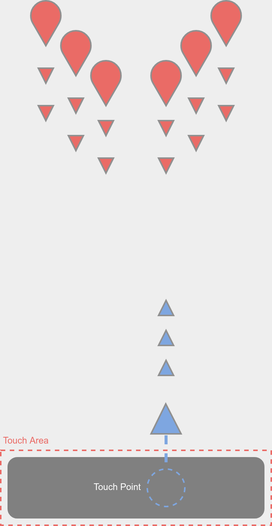
The draw.io diagram CI410-Introduction-to-Game-Design-and-Development/Assignment1-Design-Doc/img/concept4.png in summerysaturn/y1-university, before a commit. Source tidied: cells renumbered, new cells last; positions are measured from the earlier drawing's top-left corner, leaving out a move shared by most shapes.
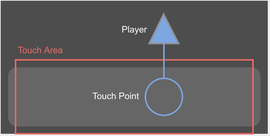
The same diagram one commit later.

What changed in the source:
```diff
@@ -2,87 +2,26 @@
   <root>
     <mxCell id="0" />
     <mxCell id="1" parent="0" />
-    <mxCell id="2" value="Touch Area" style="rounded=0;whiteSpace=wrap;html=1;shadow=0;dashed=1;sketch=0;fillColor=none;fontSize=6;align=left;strokeColor=#EA6B66;labelPosition=center;verticalLabelPosition=top;verticalAlign=bottom;fontColor=#EA6B66;strokeWidth=1;" parent="1" vertex="1">
-      <mxGeometry y="300" width="180" height="50" as="geometry" />
-    </mxCell>
+    <mxCell id="29" style="rounded=0;whiteSpace=wrap;html=1;strokeColor=none;fillColor=#4D4D4D;" parent="1" vertex="1">
+      <mxGeometry y="260" width="180" height="90" as="geometry" />
+    </mxCell>
-    <mxCell id="3" style="rounded=1;whiteSpace=wrap;html=1;shadow=0;sketch=0;fontSize=6;strokeColor=#808080;fillColor=#808080;align=left;verticalAlign=top;fontColor=#EBEBEB;strokeWidth=1;perimeterSpacing=0;" parent="1" vertex="1">
+    <mxCell id="3" style="rounded=1;whiteSpace=wrap;html=1;shadow=0;sketch=0;fontSize=6;align=left;verticalAlign=top;fontColor=#EBEBEB;strokeWidth=1;perimeterSpacing=0;strokeColor=none;fillColor=#666666;" parent="1" vertex="1">
       <mxGeometry x="5" y="305" width="170" height="40" as="geometry" />
     </mxCell>
-    <mxCell id="4" value="&lt;p style=&quot;line-height: 0%&quot;&gt;&lt;br&gt;&lt;/p&gt;&lt;p style=&quot;line-height: 0%&quot;&gt;&lt;br&gt;&lt;/p&gt;" style="verticalLabelPosition=bottom;verticalAlign=bottom;html=1;shape=mxgraph.basic.acute_triangle;dx=0.49;sketch=0;strokeColor=#909090;labelPosition=center;align=center;fontColor=#1A1A1A;fontSize=11;fillColor=#7EA6E0;" parent="1" vertex="1">
-      <mxGeometry x="100" y="269" width="20" height="20" as="geometry" />
-    </mxCell>
-    <mxCell id="5" style="verticalLabelPosition=bottom;verticalAlign=top;html=1;shape=mxgraph.basic.drop;sketch=0;strokeColor=#909090;fontColor=#1A1A1A;rotation=-180;fillColor=#EA6B66;" parent="1" vertex="1">
-      <mxGeometry x="20" width="20" height="30" as="geometry" />
-    </mxCell>
-    <mxCell id="6" style="verticalLabelPosition=bottom;verticalAlign=top;html=1;shape=mxgraph.basic.drop;sketch=0;strokeColor=#909090;fontColor=#1A1A1A;rotation=-180;fillColor=#EA6B66;" parent="1" vertex="1">
-      <mxGeometry x="40" y="20" width="20" height="30" as="geometry" />
-    </mxCell>
-    <mxCell id="7" style="verticalLabelPosition=bottom;verticalAlign=top;html=1;shape=mxgraph.basic.drop;sketch=0;strokeColor=#909090;fontColor=#1A1A1A;rotation=-180;fillColor=#EA6B66;" parent="1" vertex="1">
-      <mxGeometry x="60" y="40" width="20" height="30" as="geometry" />
-    </mxCell>
-    <mxCell id="8" style="verticalLabelPosition=bottom;verticalAlign=top;html=1;shape=mxgraph.basic.drop;sketch=0;strokeColor=#909090;fontColor=#1A1A1A;rotation=-180;fillColor=#EA6B66;" parent="1" vertex="1">
-      <mxGeometry x="140" width="20" height="30" as="geometry" />
-    </mxCell>
-    <mxCell id="9" style="verticalLabelPosition=bottom;verticalAlign=top;html=1;shape=mxgraph.basic.drop;sketch=0;strokeColor=#909090;fontColor=#1A1A1A;rotation=-180;fillColor=#EA6B66;" parent="1" vertex="1">
-      <mxGeometry x="120" y="20" width="20" height="30" as="geometry" />
-    </mxCell>
-    <mxCell id="10" style="verticalLabelPosition=bottom;verticalAlign=top;html=1;shape=mxgraph.basic.drop;sketch=0;strokeColor=#909090;fontColor=#1A1A1A;rotation=-180;fillColor=#EA6B66;" parent="1" vertex="1">
-      <mxGeometry x="100" y="40" width="20" height="30" as="geometry" />
-    </mxCell>
-    <mxCell id="11" style="verticalLabelPosition=bottom;verticalAlign=top;html=1;shape=mxgraph.basic.acute_triangle;dx=0.5;sketch=0;strokeColor=#909090;fontColor=#1A1A1A;fillColor=#7EA6E0;" parent="1" vertex="1">
-      <mxGeometry x="105" y="240" width="10" height="10" as="geometry" />
-    </mxCell>
-    <mxCell id="12" style="verticalLabelPosition=bottom;verticalAlign=top;html=1;shape=mxgraph.basic.acute_triangle;dx=0.5;sketch=0;strokeColor=#909090;fontColor=#1A1A1A;fillColor=#7EA6E0;" parent="1" vertex="1">
-      <mxGeometry x="105" y="220" width="10" height="10" as="geometry" />
-    </mxCell>
-    <mxCell id="13" style="verticalLabelPosition=bottom;verticalAlign=top;html=1;shape=mxgraph.basic.acute_triangle;dx=0.5;sketch=0;strokeColor=#909090;fontColor=#1A1A1A;fillColor=#7EA6E0;" parent="1" vertex="1">
-      <mxGeometry x="105" y="200" width="10" height="10" as="geometry" />
-    </mxCell>
-    <mxCell id="14" style="verticalLabelPosition=bottom;verticalAlign=top;html=1;shape=mxgraph.basic.acute_triangle;dx=0.5;sketch=0;strokeColor=#909090;fontColor=#1A1A1A;rotation=-180;fillColor=#EA6B66;" parent="1" vertex="1">
-      <mxGeometry x="45" y="65" width="10" height="10" as="geometry" />
-    </mxCell>
-    <mxCell id="15" style="verticalLabelPosition=bottom;verticalAlign=top;html=1;shape=mxgraph.basic.acute_triangle;dx=0.5;sketch=0;strokeColor=#909090;fontColor=#1A1A1A;rotation=-180;fillColor=#EA6B66;" parent="1" vertex="1">
-      <mxGeometry x="25" y="45" width="10" height="10" as="geometry" />
-    </mxCell>
-    <mxCell id="16" style="verticalLabelPosition=bottom;verticalAlign=top;html=1;shape=mxgraph.basic.acute_triangle;dx=0.5;sketch=0;strokeColor=#909090;fontColor=#1A1A1A;rotation=-180;fillColor=#EA6B66;" parent="1" vertex="1">
-      <mxGeometry x="45" y="90" width="10" height="10" as="geometry" />
-    </mxCell>
-    <mxCell id="17" style="verticalLabelPosition=bottom;verticalAlign=top;html=1;shape=mxgraph.basic.acute_triangle;dx=0.5;sketch=0;strokeColor=#909090;fontColor=#1A1A1A;rotation=-180;fillColor=#EA6B66;" parent="1" vertex="1">
-      <mxGeometry x="25" y="70" width="10" height="10" as="geometry" />
-    </mxCell>
-    <mxCell id="18" style="verticalLabelPosition=bottom;verticalAlign=top;html=1;shape=mxgraph.basic.acute_triangle;dx=0.5;sketch=0;strokeColor=#909090;fontColor=#1A1A1A;rotation=-180;fillColor=#EA6B66;" parent="1" vertex="1">
-      <mxGeometry x="65" y="80" width="10" height="10" as="geometry" />
-    </mxCell>
-    <mxCell id="19" style="verticalLabelPosition=bottom;verticalAlign=top;html=1;shape=mxgraph.basic.acute_triangle;dx=0.5;sketch=0;strokeColor=#909090;fontColor=#1A1A1A;rotation=-180;fillColor=#EA6B66;" parent="1" vertex="1">
-      <mxGeometry x="65" y="105" width="10" height="10" as="geometry" />
-    </mxCell>
-    <mxCell id="20" style="verticalLabelPosition=bottom;verticalAlign=top;html=1;shape=mxgraph.basic.acute_triangle;dx=0.5;sketch=0;strokeColor=#909090;fontColor=#1A1A1A;rotation=-180;fillColor=#EA6B66;" parent="1" vertex="1">
-      <mxGeometry x="105" y="80" width="10" height="10" as="geometry" />
-    </mxCell>
-    <mxCell id="21" style="verticalLabelPosition=bottom;verticalAlign=top;html=1;shape=mxgraph.basic.acute_triangle;dx=0.5;sketch=0;strokeColor=#909090;fontColor=#1A1A1A;rotation=-180;fillColor=#EA6B66;" parent="1" vertex="1">
-      <mxGeometry x="105" y="105" width="10" height="10" as="geometry" />
-    </mxCell>
-    <mxCell id="22" style="verticalLabelPosition=bottom;verticalAlign=top;html=1;shape=mxgraph.basic.acute_triangle;dx=0.5;sketch=0;strokeColor=#909090;fontColor=#1A1A1A;rotation=-180;fillColor=#EA6B66;" parent="1" vertex="1">
-      <mxGeometry x="125" y="65" width="10" height="10" as="geometry" />
-    </mxCell>
-    <mxCell id="23" style="verticalLabelPosition=bottom;verticalAlign=top;html=1;shape=mxgraph.basic.acute_triangle;dx=0.5;sketch=0;strokeColor=#909090;fontColor=#1A1A1A;rotation=-180;fillColor=#EA6B66;" parent="1" vertex="1">
-      <mxGeometry x="125" y="90" width="10" height="10" as="geometry" />
-    </mxCell>
-    <mxCell id="24" style="verticalLabelPosition=bottom;verticalAlign=top;html=1;shape=mxgraph.basic.acute_triangle;dx=0.5;sketch=0;strokeColor=#909090;fontColor=#1A1A1A;rotation=-180;fillColor=#EA6B66;" parent="1" vertex="1">
-      <mxGeometry x="145" y="45" width="10" height="10" as="geometry" />
-    </mxCell>
-    <mxCell id="25" style="verticalLabelPosition=bottom;verticalAlign=top;html=1;shape=mxgraph.basic.acute_triangle;dx=0.5;sketch=0;strokeColor=#909090;fontColor=#1A1A1A;rotation=-180;fillColor=#EA6B66;" parent="1" vertex="1">
-      <mxGeometry x="145" y="70" width="10" height="10" as="geometry" />
-    </mxCell>
-    <mxCell id="26" value="&lt;br&gt;" style="ellipse;whiteSpace=wrap;html=1;rounded=0;shadow=0;sketch=0;fontSize=6;dashed=1;strokeColor=#7EA6E0;labelPosition=right;verticalLabelPosition=middle;align=left;verticalAlign=middle;fontColor=#FFFFFF;strokeWidth=1;perimeterSpacing=0;fillColor=none;" parent="1" vertex="1">
+    <mxCell id="26" value="&lt;br&gt;" style="ellipse;whiteSpace=wrap;html=1;rounded=0;shadow=0;sketch=0;fontSize=6;strokeColor=#7EA6E0;labelPosition=right;verticalLabelPosition=middle;align=left;verticalAlign=middle;fontColor=#FFFFFF;strokeWidth=1;perimeterSpacing=0;fillColor=none;" parent="1" vertex="1">
       <mxGeometry x="97.5" y="312.5" width="25" height="25" as="geometry" />
     </mxCell>
     <mxCell id="27" value="Touch Point" style="text;html=1;strokeColor=none;fillColor=none;align=center;verticalAlign=middle;whiteSpace=wrap;rounded=0;shadow=0;dashed=1;sketch=0;fontSize=6;fontColor=#FFFFFF;" parent="1" vertex="1">
       <mxGeometry x="57.5" y="315" width="40" height="20" as="geometry" />
     </mxCell>
+    <mxCell id="4" value="&lt;p style=&quot;line-height: 0%; font-size: 6px;&quot;&gt;&lt;font color=&quot;#ffffff&quot; style=&quot;font-size: 6px;&quot;&gt;Player&lt;/font&gt;&lt;/p&gt;" style="verticalLabelPosition=middle;verticalAlign=middle;html=1;shape=mxgraph.basic.acute_triangle;dx=0.49;sketch=0;strokeColor=#909090;labelPosition=left;align=right;fontColor=#1A1A1A;fontSize=6;fillColor=#7EA6E0;" parent="1" vertex="1">
+      <mxGeometry x="100" y="269" width="20" height="20" as="geometry" />
+    </mxCell>
+    <mxCell id="2" value="Touch Area" style="rounded=0;whiteSpace=wrap;html=1;shadow=0;sketch=0;fillColor=none;fontSize=6;align=left;strokeColor=#EA6B66;labelPosition=center;verticalLabelPosition=top;verticalAlign=bottom;fontColor=#EA6B66;strokeWidth=1;" parent="1" vertex="1">
+      <mxGeometry x="10" y="300" width="160" height="50" as="geometry" />
+    </mxCell>
-    <mxCell id="28" style="endArrow=none;dashed=1;html=1;labelBackgroundColor=none;strokeColor=#7EA6E0;fontSize=6;fontColor=#EA6B66;strokeWidth=2;" parent="1" edge="1">
+    <mxCell id="28" style="endArrow=none;html=1;labelBackgroundColor=none;strokeColor=#7EA6E0;fontSize=5;fontColor=#EA6B66;strokeWidth=1;exitX=0.5;exitY=1;exitDx=0;exitDy=0;exitPerimeter=0;endFill=0;startArrow=none;startFill=0;" parent="1" edge="1" source="4">
       <mxGeometry relative="1" as="geometry">
-        <mxPoint x="110" y="290" as="sourcePoint" />
         <mxPoint x="110" y="313" as="targetPoint" />
       </mxGeometry>
     </mxCell>
```
